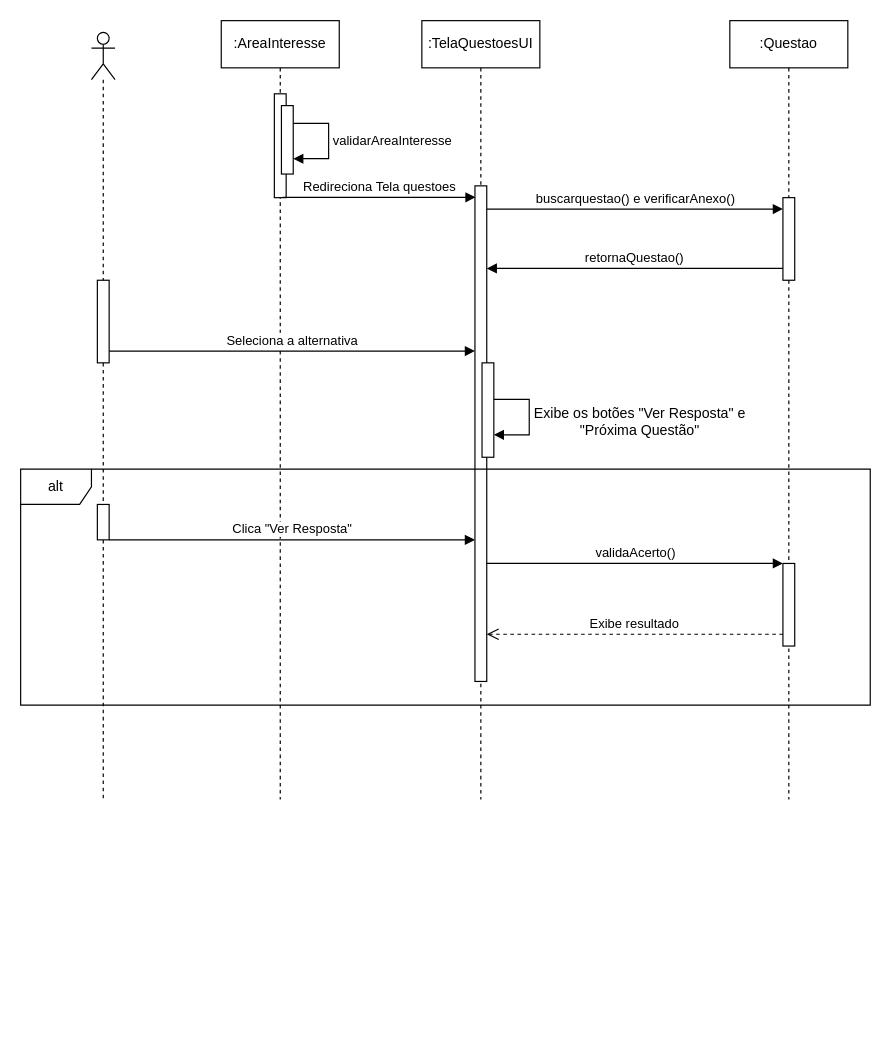
Above: Diagrama sem nome.drawio in augustorazani/QENEM-UML-Diagram (draw.io), before the change. Source tidied: cells renumbered, new cells numbered last; positions are measured from the earlier drawing's top-left corner, leaving out a move shared by most shapes. Both pictures are drawn from the tidied source at 118%, with x=0, y=0 at pixel (20, 20).
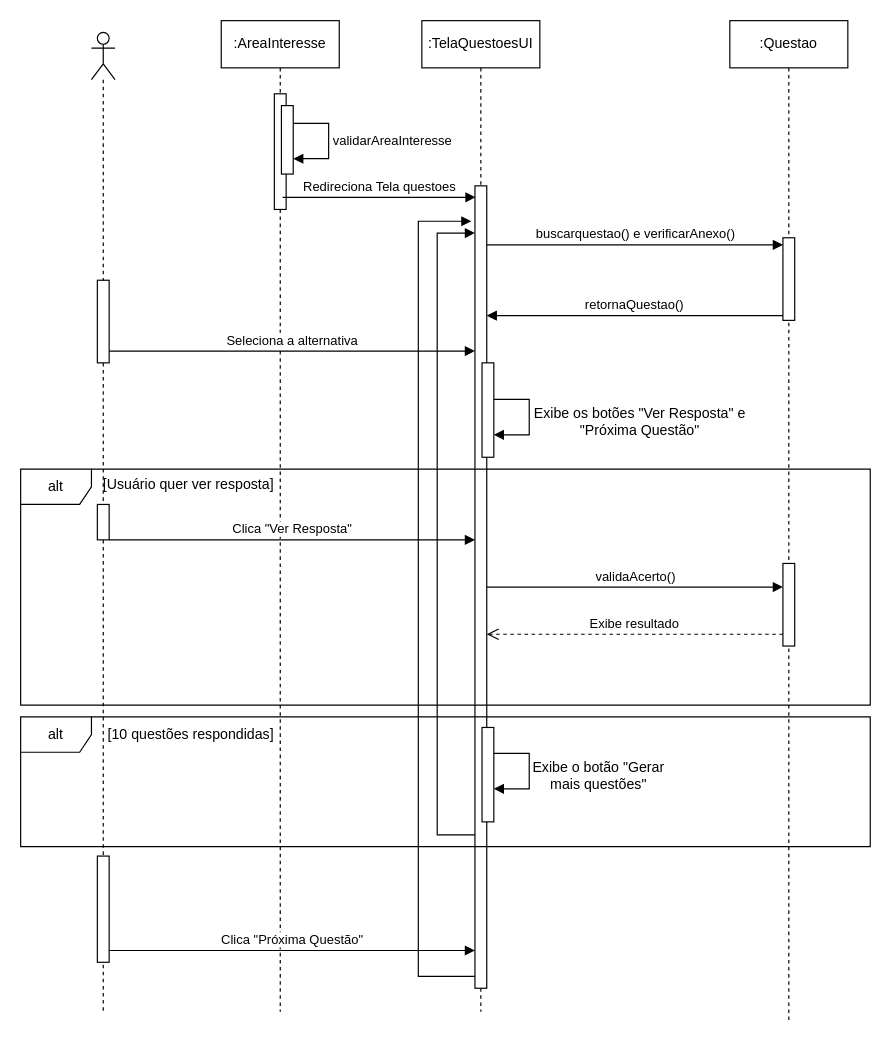
Above is the later version.

Diff of the diagram source:
```diff
@@
     <mxCell id="2" style="shape=umlLifeline;perimeter=lifelinePerimeter;whiteSpace=wrap;html=1;newEdgeStyle={&quot;curved&quot;:0,&quot;rounded&quot;:0};participant=umlActor;" parent="1" vertex="1">
-      <mxGeometry x="60" y="10" width="20" height="650" as="geometry" />
+      <mxGeometry x="60" y="10" width="20" height="830" as="geometry" />
     </mxCell>
@@
+    <mxCell id="25" style="html=1;perimeter=orthogonalPerimeter;targetShapes=umlLifeline;newEdgeStyle={&quot;curved&quot;:0,&quot;rounded&quot;:0};" parent="2" vertex="1">
+      <mxGeometry x="5" y="698" width="10" height="90" as="geometry" />
+    </mxCell>
     <mxCell id="4" value=":TelaQuestoesUI" style="shape=umlLifeline;perimeter=lifelinePerimeter;whiteSpace=wrap;html=1;newEdgeStyle={&quot;curved&quot;:0,&quot;rounded&quot;:0};" parent="1" vertex="1">
-      <mxGeometry x="340" width="100" height="660" as="geometry" />
+      <mxGeometry x="340" width="100" height="840" as="geometry" />
     </mxCell>
     <mxCell id="5" style="html=1;points=[[0,0,0,0,5],[0,1,0,0,-5],[1,0,0,0,5],[1,1,0,0,-5]];perimeter=orthogonalPerimeter;outlineConnect=0;targetShapes=umlLifeline;portConstraint=eastwest;newEdgeStyle={&quot;curved&quot;:0,&quot;rounded&quot;:0};" parent="4" vertex="1">
-      <mxGeometry x="45" y="140" width="10" height="420" as="geometry" />
+      <mxGeometry x="45" y="140" width="10" height="680" as="geometry" />
     </mxCell>
@@
+    <mxCell id="26" style="html=1;align=left;spacingLeft=2;endArrow=block;rounded=0;edgeStyle=orthogonalEdgeStyle;curved=0;rounded=0;" parent="4" edge="1" source="5">
+      <mxGeometry relative="1" as="geometry">
+        <mxPoint x="42" y="170" as="targetPoint" />
+        <Array as="points">
+          <mxPoint x="-3" y="810" />
+          <mxPoint x="-3" y="170" />
+        </Array>
+      </mxGeometry>
+    </mxCell>
+    <mxCell id="27" style="html=1;align=left;spacingLeft=2;endArrow=block;rounded=0;edgeStyle=orthogonalEdgeStyle;curved=0;rounded=0;" parent="4" edge="1" source="5" target="5">
+      <mxGeometry relative="1" as="geometry">
+        <Array as="points">
+          <mxPoint x="13" y="690" />
+          <mxPoint x="13" y="180" />
+        </Array>
+      </mxGeometry>
+    </mxCell>
     <mxCell id="7" value=":Questao" style="shape=umlLifeline;perimeter=lifelinePerimeter;whiteSpace=wrap;html=1;newEdgeStyle={&quot;curved&quot;:0,&quot;rounded&quot;:0};" parent="1" vertex="1">
-      <mxGeometry x="601" width="100" height="660" as="geometry" />
+      <mxGeometry x="601" width="100" height="850" as="geometry" />
     </mxCell>
     <mxCell id="8" style="html=1;points=[[0,0,0,0,5],[0,1,0,0,-5],[1,0,0,0,5],[1,1,0,0,-5]];perimeter=orthogonalPerimeter;outlineConnect=0;targetShapes=umlLifeline;portConstraint=eastwest;newEdgeStyle={&quot;curved&quot;:0,&quot;rounded&quot;:0};" parent="7" vertex="1">
-      <mxGeometry x="45" y="150" width="10" height="70" as="geometry" />
+      <mxGeometry x="45" y="184" width="10" height="70" as="geometry" />
     </mxCell>
     <mxCell id="9" value=":AreaInteresse" style="shape=umlLifeline;perimeter=lifelinePerimeter;whiteSpace=wrap;html=1;newEdgeStyle={&quot;curved&quot;:0,&quot;rounded&quot;:0};" parent="1" vertex="1">
-      <mxGeometry x="170" width="100" height="660" as="geometry" />
+      <mxGeometry x="170" width="100" height="840" as="geometry" />
     </mxCell>
     <mxCell id="10" style="html=1;perimeter=orthogonalPerimeter;targetShapes=umlLifeline;newEdgeStyle={&quot;curved&quot;:0,&quot;rounded&quot;:0};" parent="9" vertex="1">
-      <mxGeometry x="45" y="62" width="10" height="88" as="geometry" />
+      <mxGeometry x="45" y="62" width="10" height="98" as="geometry" />
     </mxCell>
@@
-    <mxCell id="13" value="buscarquestao() e verificarAnexo()" style="html=1;verticalAlign=bottom;endArrow=block;curved=0;rounded=0;" parent="1" edge="1" target="8">
+    <mxCell id="13" value="buscarquestao() e verificarAnexo()" style="html=1;verticalAlign=bottom;endArrow=block;curved=0;rounded=0;" parent="1" edge="1" source="5" target="8">
       <mxGeometry relative="1" as="geometry">
-        <mxPoint x="395" y="159.7" as="sourcePoint" />
+        <Array as="points">
+          <mxPoint x="520" y="190" />
+        </Array>
       </mxGeometry>
     </mxCell>
@@
-    <mxCell id="15" value="retornaQuestao()" style="html=1;verticalAlign=bottom;endArrow=block;curved=0;rounded=0;" parent="1" edge="1" source="8" target="5">
+    <mxCell id="15" value="retornaQuestao()" style="html=1;verticalAlign=bottom;endArrow=block;curved=0;rounded=0;" parent="1" edge="1">
       <mxGeometry relative="1" as="geometry">
+        <mxPoint x="646" y="250" as="sourcePoint" />
+        <mxPoint x="395" y="250" as="targetPoint" />
         <Array as="points">
-          <mxPoint x="470" y="210" />
+          <mxPoint x="470" y="250" />
         </Array>
       </mxGeometry>
     </mxCell>
@@
+    <mxCell id="28" value="[Usuário quer ver resposta]" style="text;html=1;align=center;verticalAlign=middle;whiteSpace=wrap;rounded=0;" parent="1" vertex="1">
+      <mxGeometry x="65" y="378" width="155" height="30" as="geometry" />
+    </mxCell>
+    <mxCell id="29" value="Clica &quot;Próxima Questão&quot;" style="html=1;verticalAlign=bottom;endArrow=block;curved=0;rounded=0;" parent="1" edge="1">
+      <mxGeometry relative="1" as="geometry">
+        <mxPoint x="75" y="788" as="sourcePoint" />
+        <mxPoint x="385" y="788" as="targetPoint" />
+        <Array as="points">
+          <mxPoint x="320" y="788" />
+        </Array>
+      </mxGeometry>
+    </mxCell>
+    <mxCell id="30" value="alt" style="shape=umlFrame;whiteSpace=wrap;html=1;" parent="1" vertex="1">
+      <mxGeometry y="590" width="720" height="110" as="geometry" />
+    </mxCell>
+    <mxCell id="31" value="[10 questões respondidas]" style="text;html=1;align=center;verticalAlign=middle;whiteSpace=wrap;rounded=0;" parent="1" vertex="1">
+      <mxGeometry x="67" y="590" width="155" height="30" as="geometry" />
+    </mxCell>
+    <mxCell id="32" style="html=1;perimeter=orthogonalPerimeter;targetShapes=umlLifeline;newEdgeStyle={&quot;curved&quot;:0,&quot;rounded&quot;:0};" parent="1" vertex="1">
+      <mxGeometry x="391" y="599" width="10" height="80" as="geometry" />
+    </mxCell>
+    <mxCell id="33" style="html=1;align=left;spacingLeft=2;endArrow=block;rounded=0;edgeStyle=orthogonalEdgeStyle;curved=0;rounded=0;" parent="1" edge="1">
+      <mxGeometry relative="1" as="geometry">
+        <mxPoint x="401" y="621" as="sourcePoint" />
+        <mxPoint x="401" y="651" as="targetPoint" />
+        <Array as="points">
+          <mxPoint x="431" y="621" />
+          <mxPoint x="431" y="651" />
+        </Array>
+      </mxGeometry>
+    </mxCell>
+    <mxCell id="34" value="Exibe o botão &quot;Gerar mais questões&quot;" style="text;html=1;align=center;verticalAlign=middle;whiteSpace=wrap;rounded=0;" parent="1" vertex="1">
+      <mxGeometry x="430" y="620" width="120" height="40" as="geometry" />
+    </mxCell>
```
